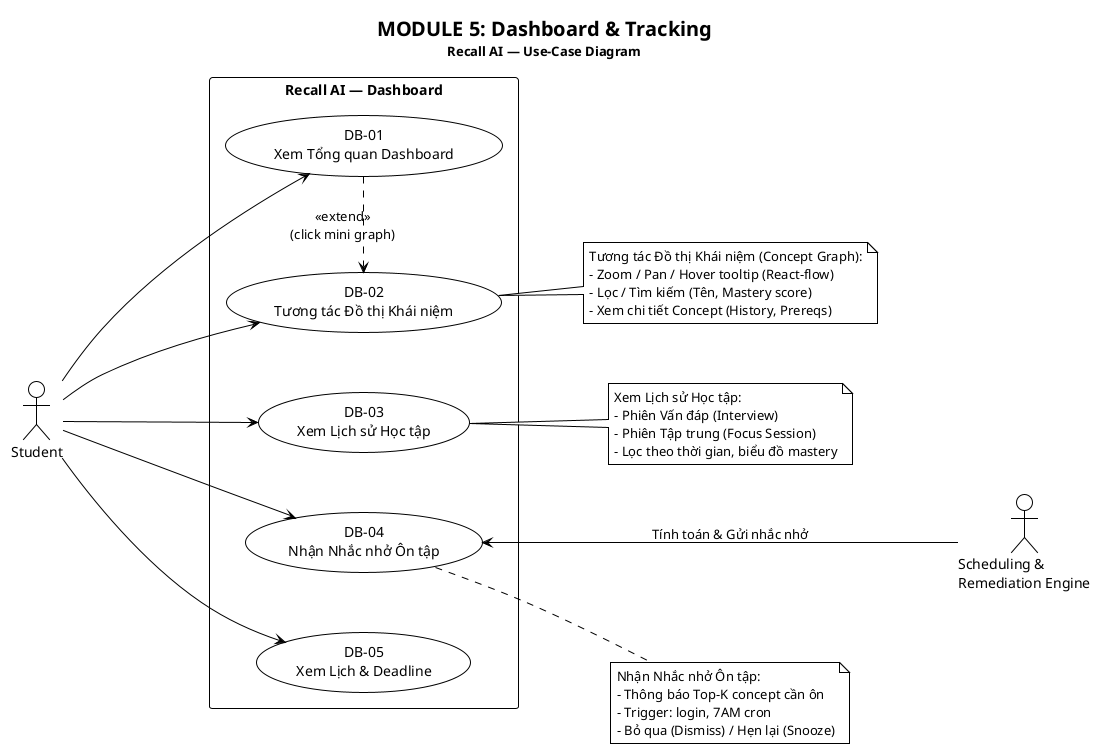
This is pa/pa2/Use-case model/UC-05_Dashboard.png from Lade1q/planning-ai, a PlantUML export, as it was before one commit.
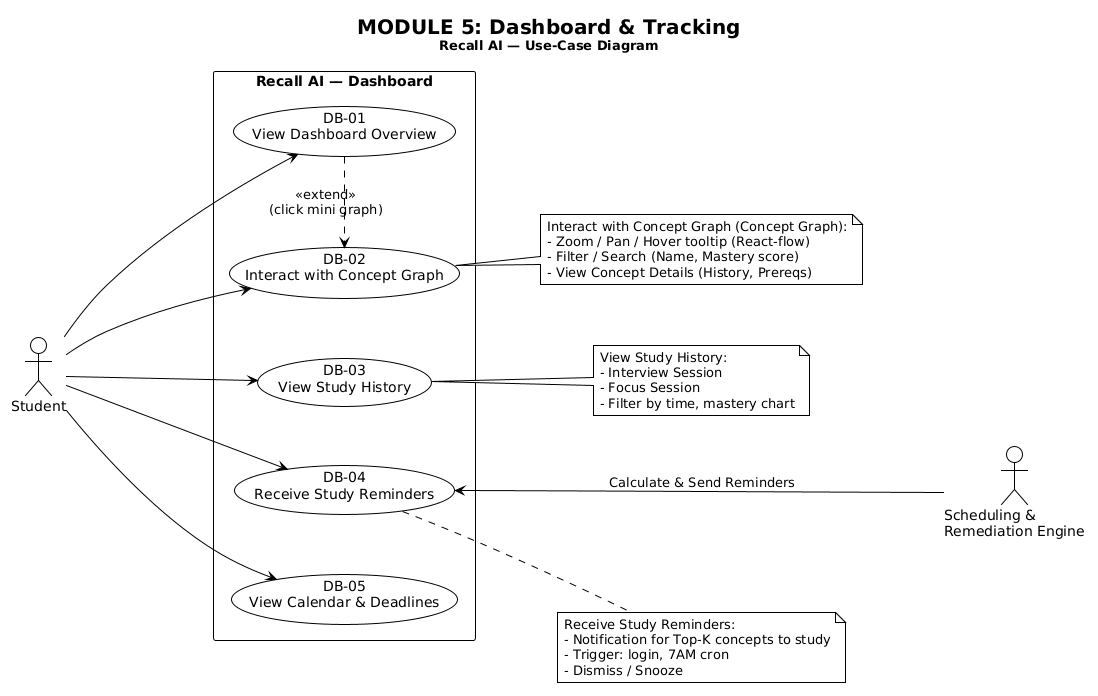
Later version of the same file.

The edit, as a diff of the source:
```diff
@@ -1,4 +1,4 @@
-@startuml UC-05_Dashboard
+@startuml
 !theme plain
 skinparam shadowing false
 skinparam nodesep 60
@@ -54,15 +54,15 @@
 
 rectangle "Recall AI — Dashboard" as SYS {
 
-  usecase "DB-01\nXem Tổng quan Dashboard" as db01
+  usecase "DB-01\nView Dashboard Overview" as db01
 
-  usecase "DB-02\nTương tác Đồ thị Khái niệm" as db02
+  usecase "DB-02\nInteract with Concept Graph" as db02
 
-  usecase "DB-03\nXem Lịch sử Học tập" as db03
+  usecase "DB-03\nView Study History" as db03
 
-  usecase "DB-04\nNhận Nhắc nhở Ôn tập" as db04
+  usecase "DB-04\nReceive Study Reminders" as db04
 
-  usecase "DB-05\nXem Lịch & Deadline" as db07
+  usecase "DB-05\nView Calendar & Deadlines" as db07
 
 }
 
@@ -72,32 +72,31 @@
 STU ---> db04
 STU ---> db07
 
-db04 <--- SRE : Tính toán & Gửi nhắc nhở
+db04 <--- SRE : Calculate & Send Reminders
 
 db01 .right.> db02 : <<extend>>\n(click mini graph)
 
 note as n1
-  Tương tác Đồ thị Khái niệm (Concept Graph):
+  Interact with Concept Graph (Concept Graph):
   - Zoom / Pan / Hover tooltip (React-flow)
-  - Lọc / Tìm kiếm (Tên, Mastery score)
-  - Xem chi tiết Concept (History, Prereqs)
+  - Filter / Search (Name, Mastery score)
+  - View Concept Details (History, Prereqs)
 end note
 db02 .. n1
 
 note as n2
-  Nhận Nhắc nhở Ôn tập:
-  - Thông báo Top-K concept cần ôn
+  Receive Study Reminders:
+  - Notification for Top-K concepts to study
   - Trigger: login, 7AM cron
-  - Bỏ qua (Dismiss) / Hẹn lại (Snooze)
+  - Dismiss / Snooze
 end note
 db04 .. n2
 
 note as n3
-  Xem Lịch sử Học tập:
-  - Phiên Vấn đáp (Interview)
-  - Phiên Tập trung (Focus Session)
-  - Lọc theo thời gian, biểu đồ mastery
+  View Study History:
+  - Interview Session
+  - Focus Session
+  - Filter by time, mastery chart
 end note
 db03 .. n3
-
 @enduml
```
